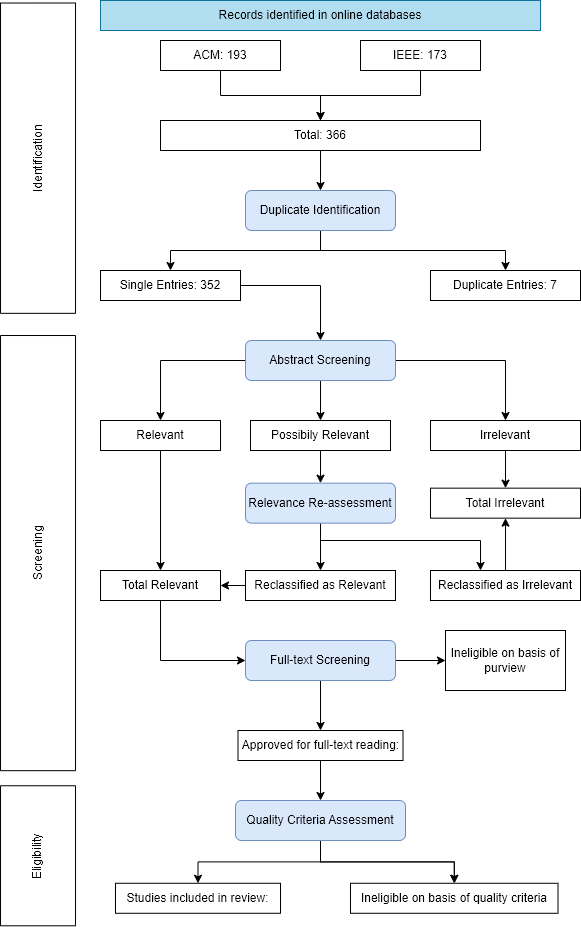
Earlier version of the draw.io export images/eligibilityprocess.png (nuno99costa/equipa7-challenge5-meia-2022). Source tidied: cells renumbered, new cells last; positions are measured from the earlier drawing's top-left corner, leaving out a move shared by most shapes.
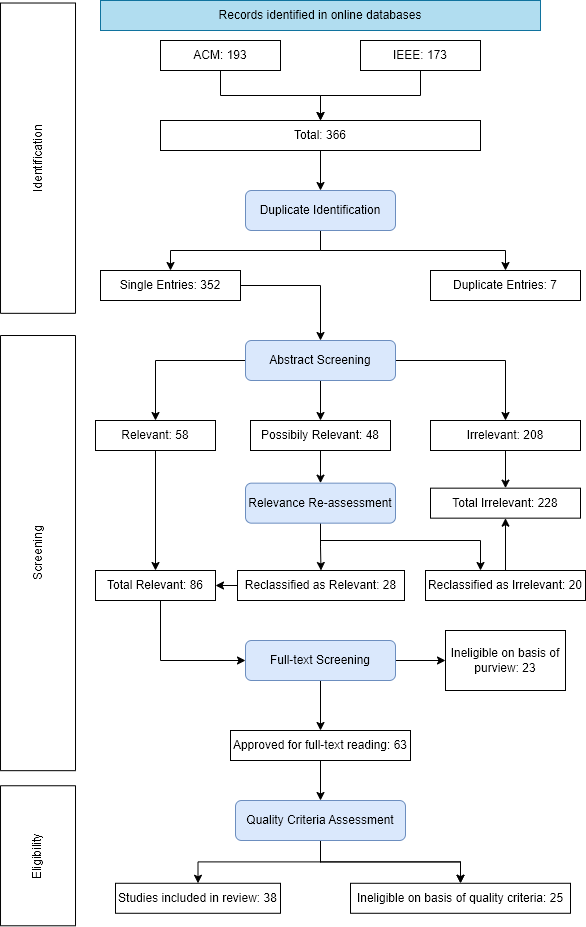
Later version of the same file.

Change to the diagram source:
```diff
@@ -110,19 +110,19 @@
     <mxCell id="32" style="edgeStyle=orthogonalEdgeStyle;rounded=0;jettySize=auto;html=1;" parent="1" edge="1" source="33" target="44">
       <mxGeometry relative="1" as="geometry" />
     </mxCell>
-    <mxCell id="33" value="Irrelevant" style="rounded=0;whiteSpace=wrap;html=1;" parent="1" vertex="1">
+    <mxCell id="33" value="Irrelevant: 208" style="rounded=0;whiteSpace=wrap;html=1;" parent="1" vertex="1">
       <mxGeometry x="610" y="420" width="150" height="30" as="geometry" />
     </mxCell>
     <mxCell id="34" style="edgeStyle=orthogonalEdgeStyle;rounded=0;jettySize=auto;html=1;" parent="1" edge="1" source="35" target="39">
       <mxGeometry relative="1" as="geometry" />
     </mxCell>
-    <mxCell id="35" value="Relevant" style="rounded=0;whiteSpace=wrap;html=1;" parent="1" vertex="1">
-      <mxGeometry x="280" y="420" width="120" height="30" as="geometry" />
+    <mxCell id="35" value="Relevant: 58" style="rounded=0;whiteSpace=wrap;html=1;" parent="1" vertex="1">
+      <mxGeometry x="275" y="420" width="120" height="30" as="geometry" />
     </mxCell>
     <mxCell id="36" style="edgeStyle=orthogonalEdgeStyle;rounded=0;jettySize=auto;html=1;" parent="1" edge="1" source="37" target="21">
       <mxGeometry relative="1" as="geometry" />
     </mxCell>
-    <mxCell id="37" value="Possibily Relevant" style="rounded=0;whiteSpace=wrap;html=1;" parent="1" vertex="1">
+    <mxCell id="37" value="Possibily Relevant: 48" style="rounded=0;whiteSpace=wrap;html=1;" parent="1" vertex="1">
       <mxGeometry x="430" y="420" width="140" height="30" as="geometry" />
     </mxCell>
     <mxCell id="38" style="edgeStyle=orthogonalEdgeStyle;rounded=0;jettySize=auto;html=1;entryX=0;entryY=0.5;entryDx=0;entryDy=0;" parent="1" edge="1" source="39" target="24">
@@ -132,38 +132,38 @@
         </Array>
       </mxGeometry>
     </mxCell>
-    <mxCell id="39" value="Total Relevant" style="rounded=0;whiteSpace=wrap;html=1;" parent="1" vertex="1">
-      <mxGeometry x="280" y="570" width="120" height="30" as="geometry" />
+    <mxCell id="39" value="Total Relevant: 86" style="rounded=0;whiteSpace=wrap;html=1;" parent="1" vertex="1">
+      <mxGeometry x="275" y="570" width="120" height="30" as="geometry" />
     </mxCell>
     <mxCell id="40" style="edgeStyle=orthogonalEdgeStyle;rounded=0;jettySize=auto;html=1;" parent="1" edge="1" source="41" target="39">
       <mxGeometry relative="1" as="geometry" />
     </mxCell>
-    <mxCell id="41" value="Reclassified as Relevant" style="rounded=0;whiteSpace=wrap;html=1;" parent="1" vertex="1">
-      <mxGeometry x="425" y="570" width="150" height="30" as="geometry" />
+    <mxCell id="41" value="Reclassified as Relevant: 28" style="rounded=0;whiteSpace=wrap;html=1;" parent="1" vertex="1">
+      <mxGeometry x="417" y="570" width="167" height="30" as="geometry" />
     </mxCell>
     <mxCell id="42" style="edgeStyle=orthogonalEdgeStyle;rounded=0;jettySize=auto;html=1;" parent="1" edge="1" source="43" target="44">
       <mxGeometry relative="1" as="geometry" />
     </mxCell>
-    <mxCell id="43" value="Reclassified as Irrelevant" style="rounded=0;whiteSpace=wrap;html=1;" parent="1" vertex="1">
-      <mxGeometry x="610" y="570" width="150" height="30" as="geometry" />
+    <mxCell id="43" value="Reclassified as Irrelevant: 20" style="rounded=0;whiteSpace=wrap;html=1;" parent="1" vertex="1">
+      <mxGeometry x="605" y="570" width="160" height="30" as="geometry" />
     </mxCell>
-    <mxCell id="44" value="Total Irrelevant" style="rounded=0;whiteSpace=wrap;html=1;" parent="1" vertex="1">
+    <mxCell id="44" value="Total Irrelevant: 228" style="rounded=0;whiteSpace=wrap;html=1;" parent="1" vertex="1">
       <mxGeometry x="610" y="487.7" width="150" height="30" as="geometry" />
     </mxCell>
-    <mxCell id="45" value="Ineligible on basis of purview" style="rounded=0;whiteSpace=wrap;html=1;" parent="1" vertex="1">
+    <mxCell id="45" value="Ineligible on basis of purview: 23" style="rounded=0;whiteSpace=wrap;html=1;" parent="1" vertex="1">
       <mxGeometry x="625" y="630" width="120" height="60" as="geometry" />
     </mxCell>
     <mxCell id="46" style="edgeStyle=orthogonalEdgeStyle;rounded=0;jettySize=auto;html=1;" parent="1" edge="1" source="47" target="28">
       <mxGeometry relative="1" as="geometry" />
     </mxCell>
-    <mxCell id="47" value="Approved for full-text reading:" style="rounded=0;whiteSpace=wrap;html=1;" parent="1" vertex="1">
-      <mxGeometry x="417.5" y="730" width="165" height="30" as="geometry" />
+    <mxCell id="47" value="Approved for full-text reading: 63" style="rounded=0;whiteSpace=wrap;html=1;" parent="1" vertex="1">
+      <mxGeometry x="410" y="730" width="180" height="30" as="geometry" />
     </mxCell>
-    <mxCell id="48" value="Studies included in review:" style="rounded=0;whiteSpace=wrap;html=1;" parent="1" vertex="1">
+    <mxCell id="48" value="Studies included in review: 38" style="rounded=0;whiteSpace=wrap;html=1;" parent="1" vertex="1">
       <mxGeometry x="295" y="882.8" width="165" height="30" as="geometry" />
     </mxCell>
-    <mxCell id="49" value="Ineligible on basis of quality criteria" style="rounded=0;whiteSpace=wrap;html=1;" parent="1" vertex="1">
-      <mxGeometry x="530" y="882.8" width="207.5" height="30" as="geometry" />
+    <mxCell id="49" value="Ineligible on basis of quality criteria: 25" style="rounded=0;whiteSpace=wrap;html=1;" parent="1" vertex="1">
+      <mxGeometry x="530" y="882.8" width="220" height="30" as="geometry" />
     </mxCell>
   </root>
 </mxGraphModel>
```
